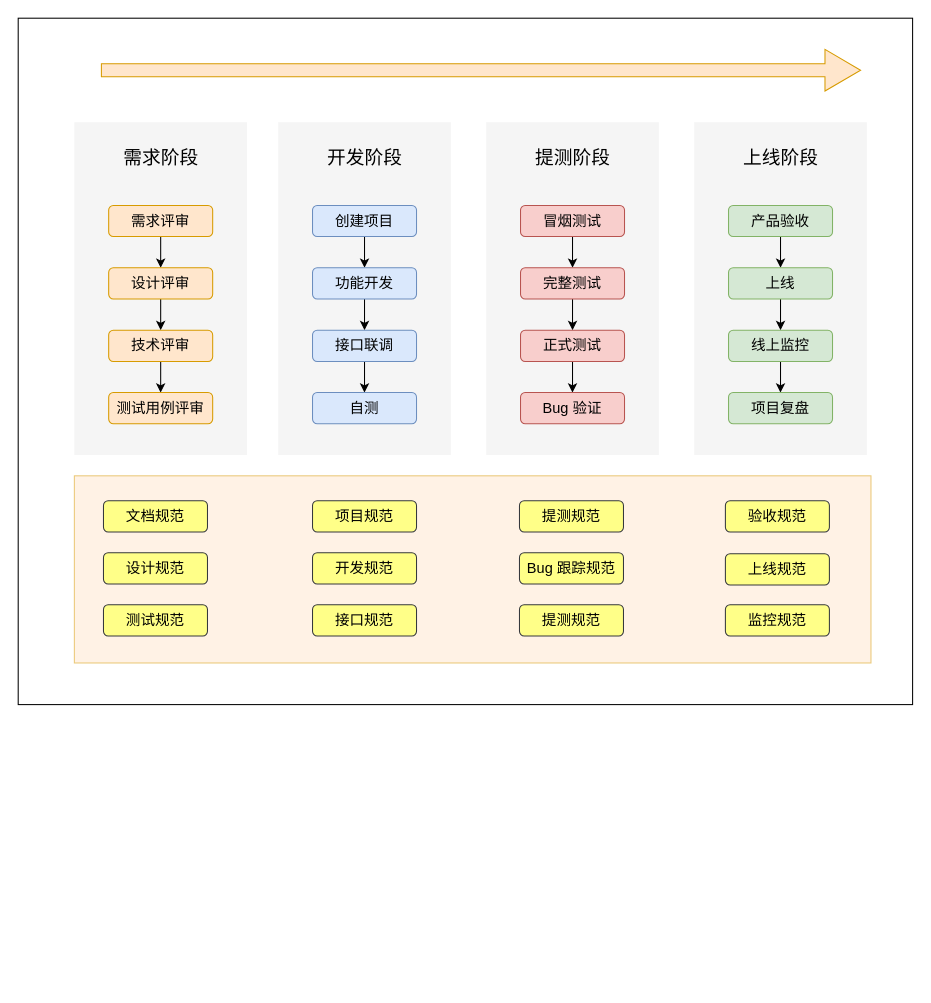
leer0911/draw.io keeps this draw.io diagram as page "规范" (1 of 2) of Untitled Diagram.drawio. Above is the earlier version. Source tidied: cells renumbered, new cells numbered last; positions are measured from the earlier drawing's top-left corner, leaving out a move shared by most shapes. Both pictures are drawn from the tidied source at 104%, with x=0, y=0 at pixel (18, 18).
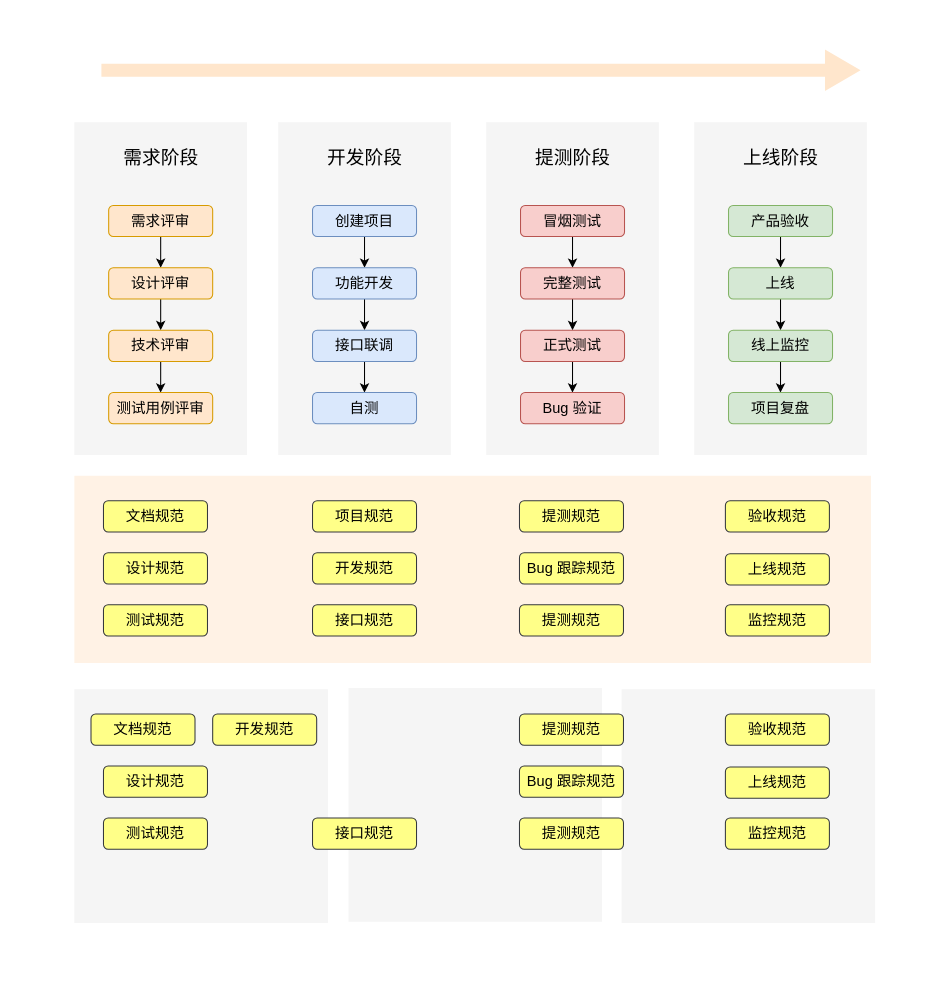
The same diagram, later.

The edit, as a diff of the source:
```diff
@@
-    <mxCell id="2" style="rounded=0;whiteSpace=wrap;html=1;fontFamily=Helvetica;fontSize=18;" parent="1" vertex="1">
-      <mxGeometry width="860" height="660" as="geometry" />
+    <mxCell id="2" style="rounded=0;whiteSpace=wrap;html=1;fontFamily=Helvetica;fontSize=18;strokeColor=none;" parent="1" vertex="1">
+      <mxGeometry width="860" height="930" as="geometry" />
     </mxCell>
+    <mxCell id="53" style="whiteSpace=wrap;html=1;strokeColor=none;strokeWidth=1;fillColor=#f5f5f5;fontSize=14;fontColor=#333333;" parent="1" vertex="1">
+      <mxGeometry x="317.6" y="644" width="243.8" height="224.8" as="geometry" />
+    </mxCell>
+    <mxCell id="54" style="whiteSpace=wrap;html=1;strokeColor=none;strokeWidth=1;fillColor=#f5f5f5;fontSize=14;fontColor=#333333;" parent="1" vertex="1">
+      <mxGeometry x="54" y="645.2" width="243.8" height="224.8" as="geometry" />
+    </mxCell>
+    <mxCell id="55" style="whiteSpace=wrap;html=1;strokeColor=none;strokeWidth=1;fillColor=#f5f5f5;fontSize=14;fontColor=#333333;" parent="1" vertex="1">
+      <mxGeometry x="580.2" y="645.2" width="243.8" height="224.8" as="geometry" />
+    </mxCell>
-    <mxCell id="3" style="whiteSpace=wrap;html=1;strokeColor=#d79b00;strokeWidth=1;fillColor=#ffe6cc;fontSize=14;opacity=50;" parent="1" vertex="1">
+    <mxCell id="3" style="whiteSpace=wrap;html=1;strokeColor=none;strokeWidth=1;fillColor=#ffe6cc;fontSize=14;opacity=50;" parent="1" vertex="1">
       <mxGeometry x="54" y="440" width="766" height="180" as="geometry" />
     </mxCell>
@@
-    <mxCell id="41" style="shape=singleArrow;whiteSpace=wrap;html=1;fontFamily=Helvetica;fontSize=18;strokeColor=#d79b00;fillColor=#ffe6cc;arrowWidth=0.3125;arrowSize=0.046917808219178084;" parent="1" vertex="1">
+    <mxCell id="41" style="shape=singleArrow;whiteSpace=wrap;html=1;fontFamily=Helvetica;fontSize=18;strokeColor=none;fillColor=#ffe6cc;arrowWidth=0.3125;arrowSize=0.046917808219178084;" parent="1" vertex="1">
       <mxGeometry x="80" y="30" width="730" height="40" as="geometry" />
     </mxCell>
@@
+    <mxCell id="56" value="文档规范" style="html=1;whiteSpace=wrap;fillColor=#ffff88;appType=func;archiType=rounded;fontSize=14;direction=east;rounded=1;strokeColor=#36393d;" parent="1" vertex="1">
+      <mxGeometry x="70" y="669" width="100" height="30" as="geometry" />
+    </mxCell>
+    <mxCell id="57" value="设计规范" style="html=1;whiteSpace=wrap;fillColor=#ffff88;appType=func;archiType=rounded;fontSize=14;direction=east;rounded=1;strokeColor=#36393d;" parent="1" vertex="1">
+      <mxGeometry x="82" y="719" width="100" height="30" as="geometry" />
+    </mxCell>
+    <mxCell id="58" value="测试规范" style="html=1;whiteSpace=wrap;fillColor=#ffff88;appType=func;archiType=rounded;fontSize=14;direction=east;rounded=1;strokeColor=#36393d;" parent="1" vertex="1">
+      <mxGeometry x="82" y="769" width="100" height="30" as="geometry" />
+    </mxCell>
+    <mxCell id="59" value="开发规范" style="html=1;whiteSpace=wrap;fillColor=#ffff88;appType=func;archiType=rounded;fontSize=14;direction=east;rounded=1;strokeColor=#36393d;" parent="1" vertex="1">
+      <mxGeometry x="187" y="669" width="100" height="30" as="geometry" />
+    </mxCell>
+    <mxCell id="60" value="接口规范" style="html=1;whiteSpace=wrap;fillColor=#ffff88;appType=func;archiType=rounded;fontSize=14;direction=east;rounded=1;strokeColor=#36393d;" parent="1" vertex="1">
+      <mxGeometry x="283" y="769" width="100" height="30" as="geometry" />
+    </mxCell>
+    <mxCell id="61" value="提测规范" style="html=1;whiteSpace=wrap;fillColor=#ffff88;appType=func;archiType=rounded;fontSize=14;direction=east;rounded=1;strokeColor=#36393d;" parent="1" vertex="1">
+      <mxGeometry x="482" y="669" width="100" height="30" as="geometry" />
+    </mxCell>
+    <mxCell id="62" value="Bug 跟踪规范" style="html=1;whiteSpace=wrap;fillColor=#ffff88;appType=func;archiType=rounded;fontSize=14;direction=east;rounded=1;strokeColor=#36393d;" parent="1" vertex="1">
+      <mxGeometry x="482" y="719" width="100" height="30" as="geometry" />
+    </mxCell>
+    <mxCell id="63" value="提测规范" style="html=1;whiteSpace=wrap;fillColor=#ffff88;appType=func;archiType=rounded;fontSize=14;direction=east;rounded=1;strokeColor=#36393d;" parent="1" vertex="1">
+      <mxGeometry x="482" y="769" width="100" height="30" as="geometry" />
+    </mxCell>
+    <mxCell id="64" value="验收规范" style="html=1;whiteSpace=wrap;fillColor=#ffff88;appType=func;archiType=rounded;fontSize=14;direction=east;rounded=1;strokeColor=#36393d;" parent="1" vertex="1">
+      <mxGeometry x="680" y="669" width="100" height="30" as="geometry" />
+    </mxCell>
+    <mxCell id="65" value="上线规范" style="html=1;whiteSpace=wrap;fillColor=#ffff88;appType=func;archiType=rounded;fontSize=14;direction=east;rounded=1;strokeColor=#36393d;" parent="1" vertex="1">
+      <mxGeometry x="680" y="720" width="100" height="30" as="geometry" />
+    </mxCell>
+    <mxCell id="66" value="监控规范" style="html=1;whiteSpace=wrap;fillColor=#ffff88;appType=func;archiType=rounded;fontSize=14;direction=east;rounded=1;strokeColor=#36393d;" parent="1" vertex="1">
+      <mxGeometry x="680" y="769" width="100" height="30" as="geometry" />
+    </mxCell>
```
